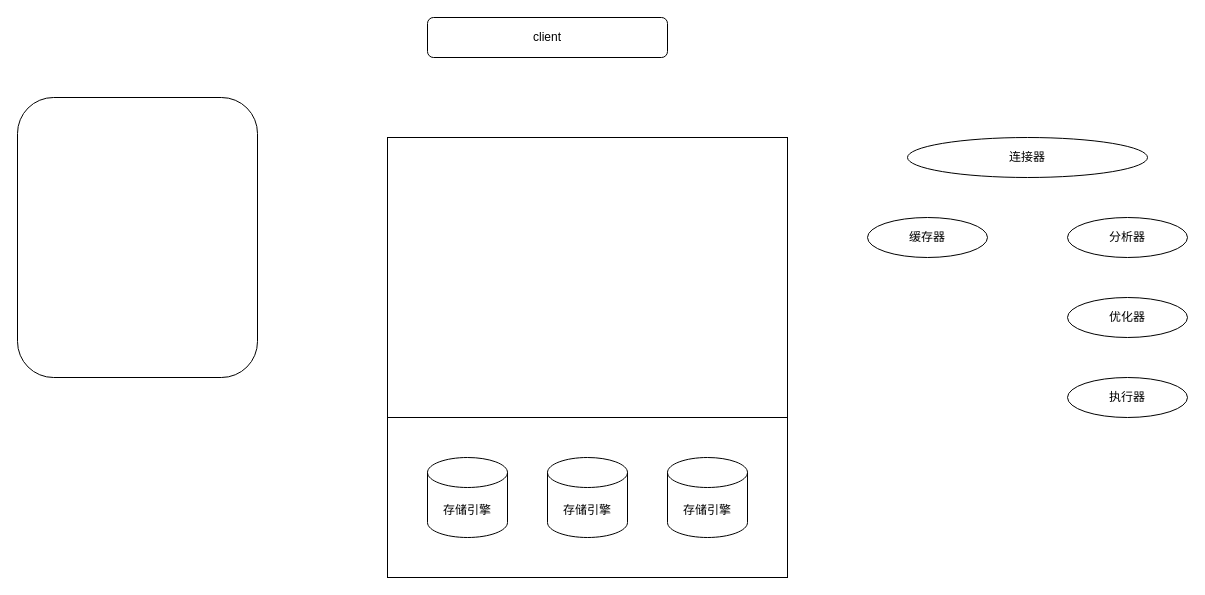
Earlier version of the draw.io diagram _data/mysql.drawio (djaigoo/blog). Source tidied: cells renumbered, new cells numbered last; positions are measured from the earlier drawing's top-left corner, leaving out a move shared by most shapes. Both pictures are drawn from the tidied source at 100%, with x=0, y=0 at pixel (17, 17).
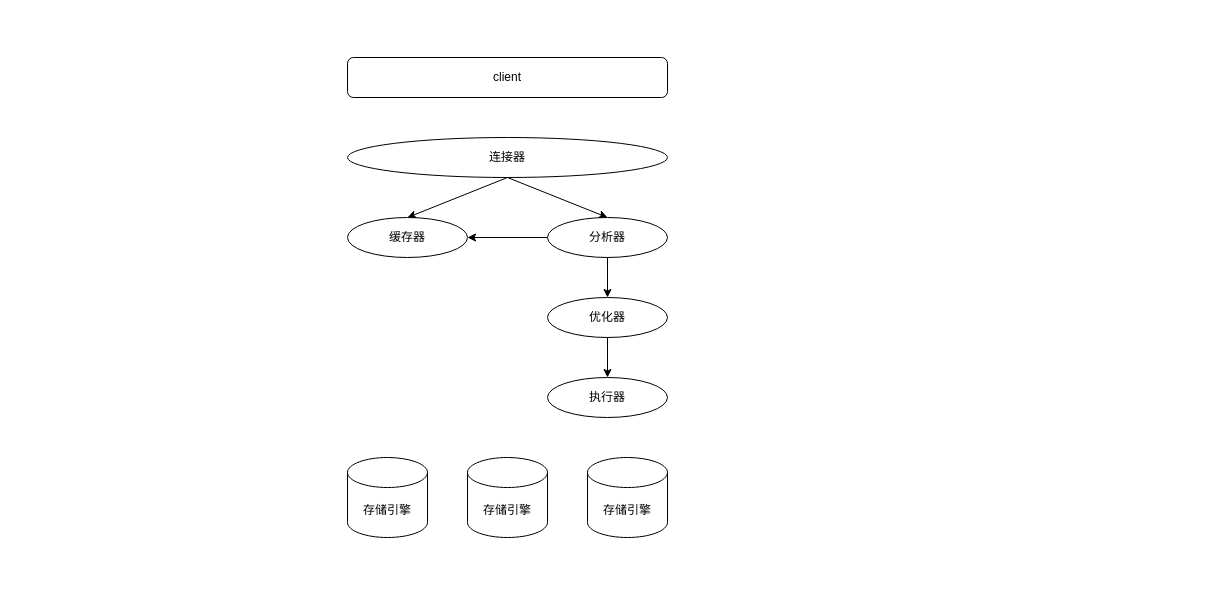
The same page after the edit.

Change to the diagram source:
```diff
@@
 <mxGraphModel>
   <root>
     <mxCell id="0" />
     <mxCell id="1" parent="0" />
     <mxCell id="2" value="client" style="rounded=1;whiteSpace=wrap;html=1;" parent="1" vertex="1">
-      <mxGeometry x="410" width="240" height="40" as="geometry" />
+      <mxGeometry x="330" y="40" width="320" height="40" as="geometry" />
     </mxCell>
-    <mxCell id="3" style="rounded=1;whiteSpace=wrap;html=1;" parent="1" vertex="1">
-      <mxGeometry y="80" width="240" height="280" as="geometry" />
-    </mxCell>
-    <mxCell id="4" style="rounded=0;whiteSpace=wrap;html=1;" parent="1" vertex="1">
-      <mxGeometry x="370" y="120" width="400" height="280" as="geometry" />
-    </mxCell>
-    <mxCell id="5" style="rounded=0;whiteSpace=wrap;html=1;" parent="1" vertex="1">
-      <mxGeometry x="370" y="400" width="400" height="160" as="geometry" />
-    </mxCell>
     <mxCell id="6" value="存储引擎" style="shape=cylinder3;whiteSpace=wrap;html=1;boundedLbl=1;backgroundOutline=1;size=15;" parent="1" vertex="1">
-      <mxGeometry x="410" y="440" width="80" height="80" as="geometry" />
+      <mxGeometry x="330" y="440" width="80" height="80" as="geometry" />
     </mxCell>
     <mxCell id="7" value="存储引擎" style="shape=cylinder3;whiteSpace=wrap;html=1;boundedLbl=1;backgroundOutline=1;size=15;" parent="1" vertex="1">
-      <mxGeometry x="530" y="440" width="80" height="80" as="geometry" />
+      <mxGeometry x="450" y="440" width="80" height="80" as="geometry" />
     </mxCell>
     <mxCell id="8" value="存储引擎" style="shape=cylinder3;whiteSpace=wrap;html=1;boundedLbl=1;backgroundOutline=1;size=15;" parent="1" vertex="1">
-      <mxGeometry x="650" y="440" width="80" height="80" as="geometry" />
+      <mxGeometry x="570" y="440" width="80" height="80" as="geometry" />
     </mxCell>
+    <mxCell id="14" style="rounded=0;jettySize=auto;html=1;exitX=0.5;exitY=1;exitDx=0;exitDy=0;entryX=0.5;entryY=0;entryDx=0;entryDy=0;" parent="1" edge="1" source="9" target="10">
+      <mxGeometry relative="1" as="geometry" />
+    </mxCell>
+    <mxCell id="15" style="rounded=0;jettySize=auto;html=1;exitX=0.5;exitY=1;exitDx=0;exitDy=0;entryX=0.5;entryY=0;entryDx=0;entryDy=0;" parent="1" edge="1" source="9" target="13">
+      <mxGeometry relative="1" as="geometry" />
+    </mxCell>
     <mxCell id="9" value="连接器" style="ellipse;whiteSpace=wrap;html=1;" parent="1" vertex="1">
-      <mxGeometry x="890" y="120" width="240" height="40" as="geometry" />
+      <mxGeometry x="330" y="120" width="320" height="40" as="geometry" />
     </mxCell>
     <mxCell id="10" value="缓存器" style="ellipse;whiteSpace=wrap;html=1;" parent="1" vertex="1">
-      <mxGeometry x="850" y="200" width="120" height="40" as="geometry" />
+      <mxGeometry x="330" y="200" width="120" height="40" as="geometry" />
     </mxCell>
     <mxCell id="11" value="执行器" style="ellipse;whiteSpace=wrap;html=1;" parent="1" vertex="1">
-      <mxGeometry x="1050" y="360" width="120" height="40" as="geometry" />
+      <mxGeometry x="530" y="360" width="120" height="40" as="geometry" />
     </mxCell>
+    <mxCell id="16" style="edgeStyle=orthogonalEdgeStyle;rounded=0;jettySize=auto;html=1;exitX=0.5;exitY=1;exitDx=0;exitDy=0;entryX=0.5;entryY=0;entryDx=0;entryDy=0;" parent="1" edge="1" source="12" target="11">
+      <mxGeometry relative="1" as="geometry" />
+    </mxCell>
     <mxCell id="12" value="优化器" style="ellipse;whiteSpace=wrap;html=1;" parent="1" vertex="1">
-      <mxGeometry x="1050" y="280" width="120" height="40" as="geometry" />
+      <mxGeometry x="530" y="280" width="120" height="40" as="geometry" />
     </mxCell>
+    <mxCell id="17" style="edgeStyle=orthogonalEdgeStyle;rounded=0;jettySize=auto;html=1;exitX=0.5;exitY=1;exitDx=0;exitDy=0;entryX=0.5;entryY=0;entryDx=0;entryDy=0;" parent="1" edge="1" source="13" target="12">
+      <mxGeometry relative="1" as="geometry" />
+    </mxCell>
+    <mxCell id="18" style="edgeStyle=orthogonalEdgeStyle;rounded=0;jettySize=auto;html=1;exitX=0;exitY=0.5;exitDx=0;exitDy=0;entryX=1;entryY=0.5;entryDx=0;entryDy=0;" parent="1" edge="1" source="13" target="10">
+      <mxGeometry relative="1" as="geometry" />
+    </mxCell>
     <mxCell id="13" value="分析器" style="ellipse;whiteSpace=wrap;html=1;" parent="1" vertex="1">
-      <mxGeometry x="1050" y="200" width="120" height="40" as="geometry" />
+      <mxGeometry x="530" y="200" width="120" height="40" as="geometry" />
     </mxCell>
   </root>
 </mxGraphModel>
```
